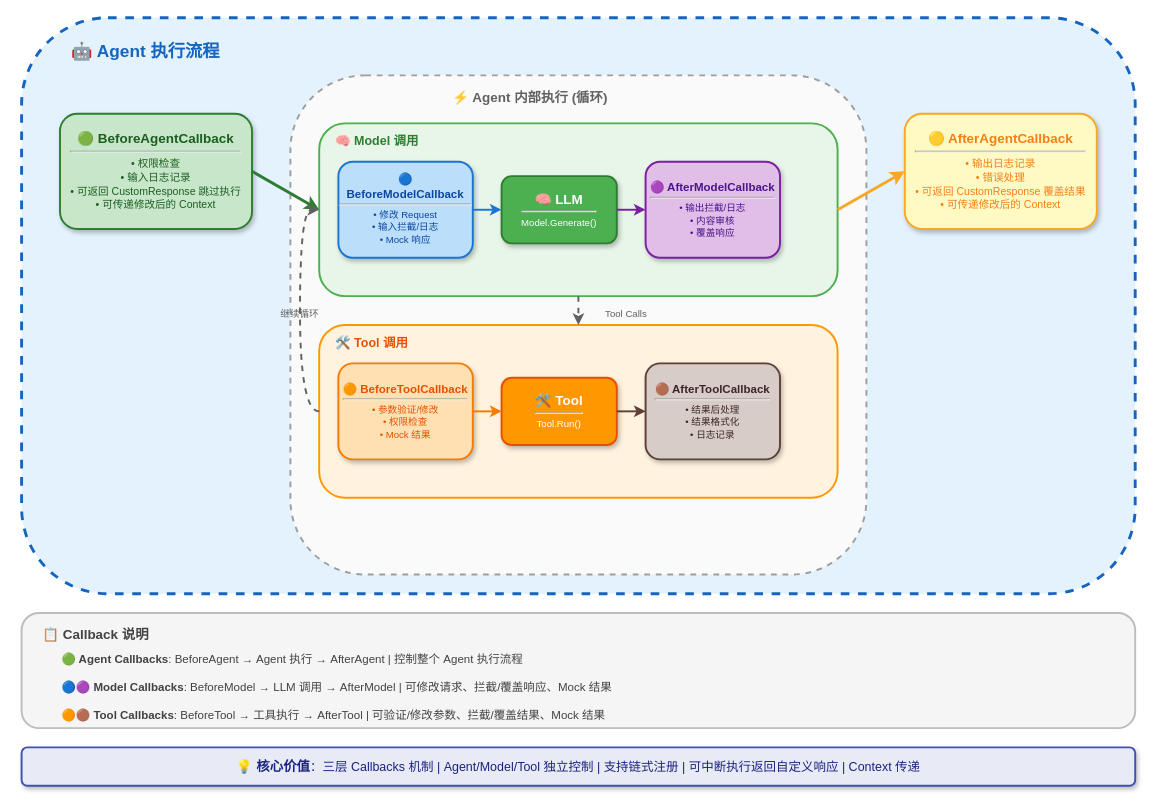
sandyskies/trpc-agent-go keeps this draw.io diagram as agent_callback_architecture.drawio. Above is the earlier version. Source tidied: cells renumbered, new cells numbered last; positions are measured from the earlier drawing's top-left corner, leaving out a move shared by most shapes. Both pictures are drawn from the tidied source at 96%, with x=0, y=0 at pixel (21, 17).
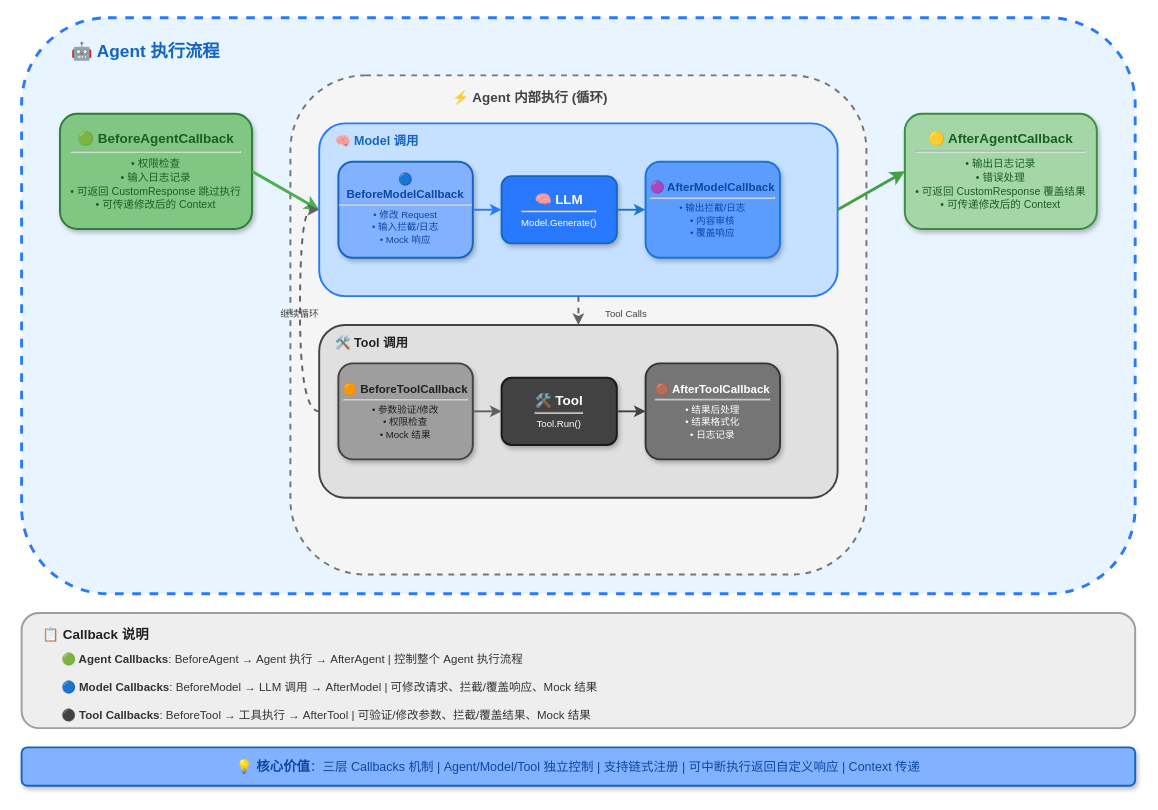
The same diagram, later.

Change to the diagram source:
```diff
@@
-    <mxCell id="2" style="rounded=1;whiteSpace=wrap;html=1;fillColor=#E3F2FD;strokeColor=#1565C0;strokeWidth=3;dashed=1;" parent="1" vertex="1">
+    <mxCell id="2" style="rounded=1;whiteSpace=wrap;html=1;fillColor=#E8F4FF;strokeColor=#2979FF;strokeWidth=3;dashed=1;fontFamily=PingFang SC;" parent="1" vertex="1">
       <mxGeometry width="1160" height="600" as="geometry" />
     </mxCell>
-    <mxCell id="3" value="&lt;b style=&quot;font-size:18px&quot;&gt;🤖 Agent 执行流程&lt;/b&gt;" style="text;html=1;strokeColor=none;fillColor=none;align=left;verticalAlign=middle;whiteSpace=wrap;rounded=0;fontSize=16;fontColor=#1565C0;" parent="1" vertex="1">
+    <mxCell id="3" value="&lt;b style=&quot;font-size:18px&quot;&gt;🤖 Agent 执行流程&lt;/b&gt;" style="text;html=1;strokeColor=none;fillColor=none;align=left;verticalAlign=middle;whiteSpace=wrap;rounded=0;fontSize=16;fontColor=#1565C0;fontFamily=PingFang SC;" parent="1" vertex="1">
       <mxGeometry x="50" y="20" width="200" height="30" as="geometry" />
     </mxCell>
-    <mxCell id="4" value="&lt;b style=&quot;font-size:14px&quot;&gt;🟢 BeforeAgentCallback&lt;/b&gt;&lt;hr style=&quot;margin:4px 0&quot;&gt;&lt;font style=&quot;font-size: 11px;&quot;&gt;• 权限检查&lt;br&gt;• 输入日志记录&lt;br&gt;• 可返回 CustomResponse 跳过执行&lt;br&gt;• 可传递修改后的 Context&lt;/font&gt;" style="rounded=1;whiteSpace=wrap;html=1;fillColor=#C8E6C9;strokeColor=#2E7D32;fontSize=12;align=center;fontColor=#1B5E20;shadow=1;strokeWidth=2;" parent="1" vertex="1">
+    <mxCell id="4" value="&lt;b style=&quot;font-size:14px&quot;&gt;🟢 BeforeAgentCallback&lt;/b&gt;&lt;hr style=&quot;margin:4px 0&quot;&gt;&lt;font style=&quot;font-size: 11px;&quot;&gt;• 权限检查&lt;br&gt;• 输入日志记录&lt;br&gt;• 可返回 CustomResponse 跳过执行&lt;br&gt;• 可传递修改后的 Context&lt;/font&gt;" style="rounded=1;whiteSpace=wrap;html=1;fillColor=#81C784;strokeColor=#2E7D32;fontSize=12;align=center;fontColor=#1B5E20;shadow=1;strokeWidth=2;fontFamily=PingFang SC;" parent="1" vertex="1">
       <mxGeometry x="40" y="100" width="200" height="120" as="geometry" />
     </mxCell>
-    <mxCell id="5" value="&lt;b style=&quot;font-size:14px&quot;&gt;🟡 AfterAgentCallback&lt;/b&gt;&lt;hr style=&quot;margin:4px 0&quot;&gt;&lt;font style=&quot;font-size: 11px;&quot;&gt;• 输出日志记录&lt;br&gt;• 错误处理&lt;br&gt;• 可返回 CustomResponse 覆盖结果&lt;br&gt;• 可传递修改后的 Context&lt;/font&gt;" style="rounded=1;whiteSpace=wrap;html=1;fillColor=#FFF9C4;strokeColor=#F9A825;fontSize=12;align=center;fontColor=#F57F17;shadow=1;strokeWidth=2;" parent="1" vertex="1">
+    <mxCell id="5" value="&lt;b style=&quot;font-size:14px&quot;&gt;🟡 AfterAgentCallback&lt;/b&gt;&lt;hr style=&quot;margin:4px 0&quot;&gt;&lt;font style=&quot;font-size: 11px;&quot;&gt;• 输出日志记录&lt;br&gt;• 错误处理&lt;br&gt;• 可返回 CustomResponse 覆盖结果&lt;br&gt;• 可传递修改后的 Context&lt;/font&gt;" style="rounded=1;whiteSpace=wrap;html=1;fillColor=#A5D6A7;strokeColor=#388E3C;fontSize=12;align=center;fontColor=#1B5E20;shadow=1;strokeWidth=2;fontFamily=PingFang SC;" parent="1" vertex="1">
       <mxGeometry x="920" y="100" width="200" height="120" as="geometry" />
     </mxCell>
-    <mxCell id="6" style="rounded=1;whiteSpace=wrap;html=1;fillColor=#FAFAFA;strokeColor=#9E9E9E;strokeWidth=2;dashed=1;" parent="1" vertex="1">
+    <mxCell id="6" style="rounded=1;whiteSpace=wrap;html=1;fillColor=#F5F5F5;strokeColor=#757575;strokeWidth=2;dashed=1;fontFamily=PingFang SC;" parent="1" vertex="1">
       <mxGeometry x="280" y="60" width="600" height="520" as="geometry" />
     </mxCell>
-    <mxCell id="7" value="&lt;b style=&quot;font-size:14px&quot;&gt;⚡ Agent 内部执行 (循环)&lt;/b&gt;" style="text;html=1;strokeColor=none;fillColor=none;align=center;verticalAlign=middle;whiteSpace=wrap;rounded=0;fontSize=14;fontColor=#616161;" parent="1" vertex="1">
+    <mxCell id="7" value="&lt;b style=&quot;font-size:14px&quot;&gt;⚡ Agent 内部执行 (循环)&lt;/b&gt;" style="text;html=1;strokeColor=none;fillColor=none;align=center;verticalAlign=middle;whiteSpace=wrap;rounded=0;fontSize=14;fontColor=#424242;fontFamily=PingFang SC;" parent="1" vertex="1">
       <mxGeometry x="430" y="70" width="200" height="25" as="geometry" />
     </mxCell>
-    <mxCell id="8" style="rounded=1;whiteSpace=wrap;html=1;fillColor=#E8F5E9;strokeColor=#4CAF50;strokeWidth=2;" parent="1" vertex="1">
+    <mxCell id="8" style="rounded=1;whiteSpace=wrap;html=1;fillColor=#C5E1FF;strokeColor=#2979FF;strokeWidth=2;fontFamily=PingFang SC;" parent="1" vertex="1">
       <mxGeometry x="310" y="110" width="540" height="180" as="geometry" />
     </mxCell>
-    <mxCell id="9" value="&lt;b style=&quot;font-size:13px&quot;&gt;🧠 Model 调用&lt;/b&gt;" style="text;html=1;strokeColor=none;fillColor=none;align=left;verticalAlign=middle;whiteSpace=wrap;rounded=0;fontSize=13;fontColor=#2E7D32;" parent="1" vertex="1">
+    <mxCell id="9" value="&lt;b style=&quot;font-size:13px&quot;&gt;🧠 Model 调用&lt;/b&gt;" style="text;html=1;strokeColor=none;fillColor=none;align=left;verticalAlign=middle;whiteSpace=wrap;rounded=0;fontSize=13;fontColor=#1565C0;fontFamily=PingFang SC;" parent="1" vertex="1">
       <mxGeometry x="325" y="115" width="120" height="25" as="geometry" />
     </mxCell>
-    <mxCell id="10" value="&lt;b style=&quot;font-size:12px&quot;&gt;🔵 BeforeModelCallback&lt;/b&gt;&lt;hr style=&quot;margin:3px 0&quot;&gt;&lt;font style=&quot;font-size: 10px;&quot;&gt;• 修改 Request&lt;br&gt;• 输入拦截/日志&lt;br&gt;• Mock 响应&lt;/font&gt;" style="rounded=1;whiteSpace=wrap;html=1;fillColor=#BBDEFB;strokeColor=#1976D2;fontSize=11;align=center;fontColor=#0D47A1;shadow=1;strokeWidth=2;" parent="1" vertex="1">
+    <mxCell id="10" value="&lt;b style=&quot;font-size:12px&quot;&gt;🔵 BeforeModelCallback&lt;/b&gt;&lt;hr style=&quot;margin:3px 0&quot;&gt;&lt;font style=&quot;font-size: 10px;&quot;&gt;• 修改 Request&lt;br&gt;• 输入拦截/日志&lt;br&gt;• Mock 响应&lt;/font&gt;" style="rounded=1;whiteSpace=wrap;html=1;fillColor=#82B1FF;strokeColor=#1565C0;fontSize=11;align=center;fontColor=#0D47A1;shadow=1;strokeWidth=2;fontFamily=PingFang SC;" parent="1" vertex="1">
       <mxGeometry x="330" y="150" width="140" height="100" as="geometry" />
     </mxCell>
-    <mxCell id="11" value="&lt;b style=&quot;font-size:14px&quot;&gt;🧠 LLM&lt;/b&gt;&lt;hr style=&quot;margin:3px 0&quot;&gt;&lt;font style=&quot;font-size: 10px;&quot;&gt;Model.Generate()&lt;/font&gt;" style="rounded=1;whiteSpace=wrap;html=1;fillColor=#4CAF50;strokeColor=#2E7D32;fontSize=12;align=center;fontColor=#FFFFFF;shadow=1;strokeWidth=2;" parent="1" vertex="1">
+    <mxCell id="11" value="&lt;b style=&quot;font-size:14px&quot;&gt;🧠 LLM&lt;/b&gt;&lt;hr style=&quot;margin:3px 0&quot;&gt;&lt;font style=&quot;font-size: 10px;&quot;&gt;Model.Generate()&lt;/font&gt;" style="rounded=1;whiteSpace=wrap;html=1;fillColor=#2979FF;strokeColor=#1565C0;fontSize=12;align=center;fontColor=#FFFFFF;shadow=1;strokeWidth=2;fontFamily=PingFang SC;" parent="1" vertex="1">
       <mxGeometry x="500" y="165" width="120" height="70" as="geometry" />
     </mxCell>
-    <mxCell id="12" value="&lt;b style=&quot;font-size:12px&quot;&gt;🟣 AfterModelCallback&lt;/b&gt;&lt;hr style=&quot;margin:3px 0&quot;&gt;&lt;font style=&quot;font-size: 10px;&quot;&gt;• 输出拦截/日志&lt;br&gt;• 内容审核&lt;br&gt;• 覆盖响应&lt;/font&gt;" style="rounded=1;whiteSpace=wrap;html=1;fillColor=#E1BEE7;strokeColor=#7B1FA2;fontSize=11;align=center;fontColor=#4A148C;shadow=1;strokeWidth=2;" parent="1" vertex="1">
+    <mxCell id="12" value="&lt;b style=&quot;font-size:12px&quot;&gt;🟣 AfterModelCallback&lt;/b&gt;&lt;hr style=&quot;margin:3px 0&quot;&gt;&lt;font style=&quot;font-size: 10px;&quot;&gt;• 输出拦截/日志&lt;br&gt;• 内容审核&lt;br&gt;• 覆盖响应&lt;/font&gt;" style="rounded=1;whiteSpace=wrap;html=1;fillColor=#5C9CFF;strokeColor=#1976D2;fontSize=11;align=center;fontColor=#0D47A1;shadow=1;strokeWidth=2;fontFamily=PingFang SC;" parent="1" vertex="1">
       <mxGeometry x="650" y="150" width="140" height="100" as="geometry" />
     </mxCell>
-    <mxCell id="13" style="rounded=1;whiteSpace=wrap;html=1;fillColor=#FFF3E0;strokeColor=#FF9800;strokeWidth=2;" parent="1" vertex="1">
+    <mxCell id="13" style="rounded=1;whiteSpace=wrap;html=1;fillColor=#E0E0E0;strokeColor=#424242;strokeWidth=2;fontFamily=PingFang SC;" parent="1" vertex="1">
       <mxGeometry x="310" y="320" width="540" height="180" as="geometry" />
     </mxCell>
-    <mxCell id="14" value="&lt;b style=&quot;font-size:13px&quot;&gt;🛠️ Tool 调用&lt;/b&gt;" style="text;html=1;strokeColor=none;fillColor=none;align=left;verticalAlign=middle;whiteSpace=wrap;rounded=0;fontSize=13;fontColor=#E65100;" parent="1" vertex="1">
+    <mxCell id="14" value="&lt;b style=&quot;font-size:13px&quot;&gt;🛠️ Tool 调用&lt;/b&gt;" style="text;html=1;strokeColor=none;fillColor=none;align=left;verticalAlign=middle;whiteSpace=wrap;rounded=0;fontSize=13;fontColor=#212121;fontFamily=PingFang SC;" parent="1" vertex="1">
       <mxGeometry x="325" y="325" width="120" height="25" as="geometry" />
     </mxCell>
-    <mxCell id="15" value="&lt;b style=&quot;font-size:12px&quot;&gt;🟠 BeforeToolCallback&lt;/b&gt;&lt;hr style=&quot;margin:3px 0&quot;&gt;&lt;font style=&quot;font-size: 10px;&quot;&gt;• 参数验证/修改&lt;br&gt;• 权限检查&lt;br&gt;• Mock 结果&lt;/font&gt;" style="rounded=1;whiteSpace=wrap;html=1;fillColor=#FFE0B2;strokeColor=#F57C00;fontSize=11;align=center;fontColor=#E65100;shadow=1;strokeWidth=2;" parent="1" vertex="1">
+    <mxCell id="15" value="&lt;b style=&quot;font-size:12px&quot;&gt;🟠 BeforeToolCallback&lt;/b&gt;&lt;hr style=&quot;margin:3px 0&quot;&gt;&lt;font style=&quot;font-size: 10px;&quot;&gt;• 参数验证/修改&lt;br&gt;• 权限检查&lt;br&gt;• Mock 结果&lt;/font&gt;" style="rounded=1;whiteSpace=wrap;html=1;fillColor=#9E9E9E;strokeColor=#424242;fontSize=11;align=center;fontColor=#212121;shadow=1;strokeWidth=2;fontFamily=PingFang SC;" parent="1" vertex="1">
       <mxGeometry x="330" y="360" width="140" height="100" as="geometry" />
     </mxCell>
-    <mxCell id="16" value="&lt;b style=&quot;font-size:14px&quot;&gt;🛠️ Tool&lt;/b&gt;&lt;hr style=&quot;margin:3px 0&quot;&gt;&lt;font style=&quot;font-size: 10px;&quot;&gt;Tool.Run()&lt;/font&gt;" style="rounded=1;whiteSpace=wrap;html=1;fillColor=#FF9800;strokeColor=#E65100;fontSize=12;align=center;fontColor=#FFFFFF;shadow=1;strokeWidth=2;" parent="1" vertex="1">
+    <mxCell id="16" value="&lt;b style=&quot;font-size:14px&quot;&gt;🛠️ Tool&lt;/b&gt;&lt;hr style=&quot;margin:3px 0&quot;&gt;&lt;font style=&quot;font-size: 10px;&quot;&gt;Tool.Run()&lt;/font&gt;" style="rounded=1;whiteSpace=wrap;html=1;fillColor=#424242;strokeColor=#1A1A1A;fontSize=12;align=center;fontColor=#FFFFFF;shadow=1;strokeWidth=2;fontFamily=PingFang SC;" parent="1" vertex="1">
       <mxGeometry x="500" y="375" width="120" height="70" as="geometry" />
     </mxCell>
-    <mxCell id="17" value="&lt;b style=&quot;font-size:12px&quot;&gt;🟤 AfterToolCallback&lt;/b&gt;&lt;hr style=&quot;margin:3px 0&quot;&gt;&lt;font style=&quot;font-size: 10px;&quot;&gt;• 结果后处理&lt;br&gt;• 结果格式化&lt;br&gt;• 日志记录&lt;/font&gt;" style="rounded=1;whiteSpace=wrap;html=1;fillColor=#D7CCC8;strokeColor=#5D4037;fontSize=11;align=center;fontColor=#3E2723;shadow=1;strokeWidth=2;" parent="1" vertex="1">
+    <mxCell id="17" value="&lt;b style=&quot;font-size:12px&quot;&gt;🟤 AfterToolCallback&lt;/b&gt;&lt;hr style=&quot;margin:3px 0&quot;&gt;&lt;font style=&quot;font-size: 10px;&quot;&gt;• 结果后处理&lt;br&gt;• 结果格式化&lt;br&gt;• 日志记录&lt;/font&gt;" style="rounded=1;whiteSpace=wrap;html=1;fillColor=#757575;strokeColor=#333333;fontSize=11;align=center;fontColor=#FFFFFF;shadow=1;strokeWidth=2;fontFamily=PingFang SC;" parent="1" vertex="1">
       <mxGeometry x="650" y="360" width="140" height="100" as="geometry" />
     </mxCell>
-    <mxCell id="18" style="endArrow=classic;html=1;rounded=0;strokeWidth=3;strokeColor=#2E7D32;entryX=0;entryY=0.5;entryDx=0;entryDy=0;exitX=1;exitY=0.5;exitDx=0;exitDy=0;" parent="1" edge="1" source="4" target="8">
+    <mxCell id="18" style="endArrow=classic;html=1;rounded=0;strokeWidth=3;strokeColor=#4CAF50;entryX=0;entryY=0.5;entryDx=0;entryDy=0;exitX=1;exitY=0.5;exitDx=0;exitDy=0;" parent="1" edge="1" source="4" target="8">
       <mxGeometry relative="1" as="geometry" />
     </mxCell>
-    <mxCell id="19" style="endArrow=classic;html=1;rounded=0;strokeWidth=2;strokeColor=#1976D2;entryX=0;entryY=0.5;entryDx=0;entryDy=0;exitX=1;exitY=0.5;exitDx=0;exitDy=0;" parent="1" edge="1" source="10" target="11">
+    <mxCell id="19" style="endArrow=classic;html=1;rounded=0;strokeWidth=2;strokeColor=#2979FF;entryX=0;entryY=0.5;entryDx=0;entryDy=0;exitX=1;exitY=0.5;exitDx=0;exitDy=0;" parent="1" edge="1" source="10" target="11">
       <mxGeometry relative="1" as="geometry" />
     </mxCell>
-    <mxCell id="20" style="endArrow=classic;html=1;rounded=0;strokeWidth=2;strokeColor=#7B1FA2;entryX=0;entryY=0.5;entryDx=0;entryDy=0;exitX=1;exitY=0.5;exitDx=0;exitDy=0;" parent="1" edge="1" source="11" target="12">
+    <mxCell id="20" style="endArrow=classic;html=1;rounded=0;strokeWidth=2;strokeColor=#1976D2;entryX=0;entryY=0.5;entryDx=0;entryDy=0;exitX=1;exitY=0.5;exitDx=0;exitDy=0;" parent="1" edge="1" source="11" target="12">
       <mxGeometry relative="1" as="geometry" />
     </mxCell>
-    <mxCell id="21" style="endArrow=classic;html=1;rounded=0;strokeWidth=2;strokeColor=#F57C00;entryX=0;entryY=0.5;entryDx=0;entryDy=0;exitX=1;exitY=0.5;exitDx=0;exitDy=0;" parent="1" edge="1" source="15" target="16">
+    <mxCell id="21" style="endArrow=classic;html=1;rounded=0;strokeWidth=2;strokeColor=#616161;entryX=0;entryY=0.5;entryDx=0;entryDy=0;exitX=1;exitY=0.5;exitDx=0;exitDy=0;" parent="1" edge="1" source="15" target="16">
       <mxGeometry relative="1" as="geometry" />
     </mxCell>
-    <mxCell id="22" style="endArrow=classic;html=1;rounded=0;strokeWidth=2;strokeColor=#5D4037;entryX=0;entryY=0.5;entryDx=0;entryDy=0;exitX=1;exitY=0.5;exitDx=0;exitDy=0;" parent="1" edge="1" source="16" target="17">
+    <mxCell id="22" style="endArrow=classic;html=1;rounded=0;strokeWidth=2;strokeColor=#424242;entryX=0;entryY=0.5;entryDx=0;entryDy=0;exitX=1;exitY=0.5;exitDx=0;exitDy=0;" parent="1" edge="1" source="16" target="17">
       <mxGeometry relative="1" as="geometry" />
     </mxCell>
-    <mxCell id="23" style="endArrow=classic;html=1;rounded=0;strokeWidth=3;strokeColor=#F9A825;exitX=1;exitY=0.5;exitDx=0;exitDy=0;entryX=0;entryY=0.5;entryDx=0;entryDy=0;" parent="1" edge="1" source="8" target="5">
+    <mxCell id="23" style="endArrow=classic;html=1;rounded=0;strokeWidth=3;strokeColor=#43A047;exitX=1;exitY=0.5;exitDx=0;exitDy=0;entryX=0;entryY=0.5;entryDx=0;entryDy=0;" parent="1" edge="1" source="8" target="5">
       <mxGeometry relative="1" as="geometry" />
     </mxCell>
@@
-    <mxCell id="25" value="&lt;font style=&quot;font-size:10px&quot;&gt;Tool Calls&lt;/font&gt;" style="text;html=1;strokeColor=none;fillColor=none;align=center;verticalAlign=middle;whiteSpace=wrap;rounded=0;fontSize=10;fontColor=#616161;" parent="1" vertex="1">
+    <mxCell id="25" value="&lt;font style=&quot;font-size:10px&quot;&gt;Tool Calls&lt;/font&gt;" style="text;html=1;strokeColor=none;fillColor=none;align=center;verticalAlign=middle;whiteSpace=wrap;rounded=0;fontSize=10;fontColor=#424242;fontFamily=PingFang SC;" parent="1" vertex="1">
       <mxGeometry x="590" y="300" width="80" height="15" as="geometry" />
     </mxCell>
@@
-    <mxCell id="27" value="&lt;font style=&quot;font-size:10px&quot;&gt;继续循环&lt;/font&gt;" style="text;html=1;strokeColor=none;fillColor=none;align=center;verticalAlign=middle;whiteSpace=wrap;rounded=0;fontSize=10;fontColor=#616161;" parent="1" vertex="1">
+    <mxCell id="27" value="&lt;font style=&quot;font-size:10px&quot;&gt;继续循环&lt;/font&gt;" style="text;html=1;strokeColor=none;fillColor=none;align=center;verticalAlign=middle;whiteSpace=wrap;rounded=0;fontSize=10;fontColor=#424242;fontFamily=PingFang SC;" parent="1" vertex="1">
       <mxGeometry x="260" y="300" width="60" height="15" as="geometry" />
     </mxCell>
-    <mxCell id="28" style="rounded=1;whiteSpace=wrap;html=1;fillColor=#F5F5F5;strokeColor=#BDBDBD;strokeWidth=2;" parent="1" vertex="1">
+    <mxCell id="28" style="rounded=1;whiteSpace=wrap;html=1;fillColor=#EEEEEE;strokeColor=#9E9E9E;strokeWidth=2;fontFamily=PingFang SC;" parent="1" vertex="1">
       <mxGeometry y="620" width="1160" height="120" as="geometry" />
     </mxCell>
-    <mxCell id="29" value="&lt;b style=&quot;font-size:14px&quot;&gt;📋 Callback 说明&lt;/b&gt;" style="text;html=1;strokeColor=none;fillColor=none;align=left;verticalAlign=middle;whiteSpace=wrap;rounded=0;fontSize=14;fontColor=#424242;" parent="1" vertex="1">
+    <mxCell id="29" value="&lt;b style=&quot;font-size:14px&quot;&gt;📋 Callback 说明&lt;/b&gt;" style="text;html=1;strokeColor=none;fillColor=none;align=left;verticalAlign=middle;whiteSpace=wrap;rounded=0;fontSize=14;fontColor=#212121;fontFamily=PingFang SC;" parent="1" vertex="1">
       <mxGeometry x="20" y="630" width="150" height="25" as="geometry" />
     </mxCell>
-    <mxCell id="30" value="&lt;font style=&quot;font-size:12px&quot;&gt;&lt;b&gt;🟢 Agent Callbacks&lt;/b&gt;: BeforeAgent → Agent 执行 → AfterAgent | 控制整个 Agent 执行流程&lt;br&gt;&lt;br&gt;&lt;b&gt;🔵🟣 Model Callbacks&lt;/b&gt;: BeforeModel → LLM 调用 → AfterModel | 可修改请求、拦截/覆盖响应、Mock 结果&lt;br&gt;&lt;br&gt;&lt;b&gt;🟠🟤 Tool Callbacks&lt;/b&gt;: BeforeTool → 工具执行 → AfterTool | 可验证/修改参数、拦截/覆盖结果、Mock 结果&lt;/font&gt;" style="text;html=1;strokeColor=none;fillColor=none;align=left;verticalAlign=top;whiteSpace=wrap;rounded=0;fontSize=12;fontColor=#424242;spacingLeft=20;" parent="1" vertex="1">
+    <mxCell id="30" value="&lt;font style=&quot;font-size:12px&quot;&gt;&lt;b&gt;🟢 Agent Callbacks&lt;/b&gt;: BeforeAgent → Agent 执行 → AfterAgent | 控制整个 Agent 执行流程&lt;br&gt;&lt;br&gt;&lt;b&gt;🔵 Model Callbacks&lt;/b&gt;: BeforeModel → LLM 调用 → AfterModel | 可修改请求、拦截/覆盖响应、Mock 结果&lt;br&gt;&lt;br&gt;&lt;b&gt;⚫ Tool Callbacks&lt;/b&gt;: BeforeTool → 工具执行 → AfterTool | 可验证/修改参数、拦截/覆盖结果、Mock 结果&lt;/font&gt;" style="text;html=1;strokeColor=none;fillColor=none;align=left;verticalAlign=top;whiteSpace=wrap;rounded=0;fontSize=12;fontColor=#333333;spacingLeft=20;fontFamily=PingFang SC;" parent="1" vertex="1">
       <mxGeometry x="20" y="655" width="1100" height="75" as="geometry" />
     </mxCell>
-    <mxCell id="31" value="&lt;b style=&quot;font-size:14px&quot;&gt;💡 核心价值&lt;/b&gt;：三层 Callbacks 机制 | Agent/Model/Tool 独立控制 | 支持链式注册 | 可中断执行返回自定义响应 | Context 传递" style="rounded=1;whiteSpace=wrap;html=1;fillColor=#E8EAF6;strokeColor=#3F51B5;fontSize=13;align=center;fontColor=#1A237E;shadow=1;strokeWidth=2;" parent="1" vertex="1">
+    <mxCell id="31" value="&lt;b style=&quot;font-size:14px&quot;&gt;💡 核心价值&lt;/b&gt;：三层 Callbacks 机制 | Agent/Model/Tool 独立控制 | 支持链式注册 | 可中断执行返回自定义响应 | Context 传递" style="rounded=1;whiteSpace=wrap;html=1;fillColor=#82B1FF;strokeColor=#1565C0;fontSize=13;align=center;fontColor=#0D47A1;shadow=1;strokeWidth=2;fontFamily=PingFang SC;" parent="1" vertex="1">
       <mxGeometry y="760" width="1160" height="40" as="geometry" />
     </mxCell>
```
